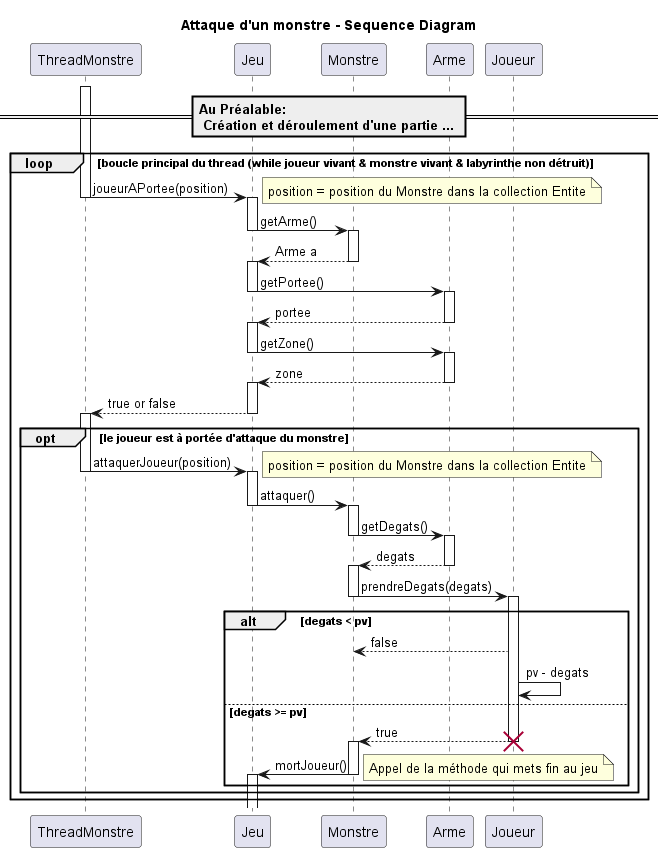
This is documents/sprint_1/diagramme_sequence/diagramme_attaque_monstre.png from rzepka2u/ACL_daedalus, a PlantUML export, as it was before one commit. Its diagram source:
```plantuml
@startuml AttaqueMonstre

title "Attaque d'un monstre - Sequence Diagram"

== Au Préalable:\n Création et déroulement d'une partie ... ==

activate ThreadMonstre
loop boucle principal du thread (while joueur vivant & monstre vivant & labyrinthe non détruit)
    ThreadMonstre -> Jeu : joueurAPortee(position)
    note right: position = position du Monstre dans la collection Entite
    deactivate ThreadMonstre
    activate Jeu
    Jeu -> Monstre : getArme()
    deactivate Jeu
    activate Monstre
    Jeu <-- Monstre: Arme a
    deactivate Monstre
    activate Jeu
    Jeu -> Arme : getPortee()
    deactivate Jeu
    activate Arme
    Arme --> Jeu : portee
    deactivate Arme
    activate Jeu
    Jeu -> Arme : getZone()
    deactivate Jeu
    activate Arme
    Arme --> Jeu : zone
    deactivate Arme
    activate Jeu
    ThreadMonstre <-- Jeu : true or false
    deactivate Jeu
    activate ThreadMonstre
    opt le joueur est à portée d'attaque du monstre
        ThreadMonstre -> Jeu: attaquerJoueur(position)
        note right: position = position du Monstre dans la collection Entite
        deactivate ThreadMonstre
        activate Jeu
        Jeu -> Monstre : attaquer()
        deactivate Jeu
        activate Monstre
        Monstre -> Arme : getDegats()
        deactivate Monstre
        activate Arme
        Arme --> Monstre : degats
        deactivate Arme
        activate Monstre
        Monstre -> Joueur : prendreDegats(degats)
        deactivate Monstre
        activate Joueur
        alt degats < pv
            Joueur --> Monstre : false
            Joueur -> Joueur : pv - degats
        else degats >= pv
            Joueur --> Monstre : true
            deactivate Joueur
            destroy Joueur
            activate Monstre
            Monstre -> Jeu : mortJoueur()
            deactivate Monstre
            activate Jeu
            deactivate Jeu
            note right: Appel de la méthode qui mets fin au jeu
        end
    end
end
@enduml
```
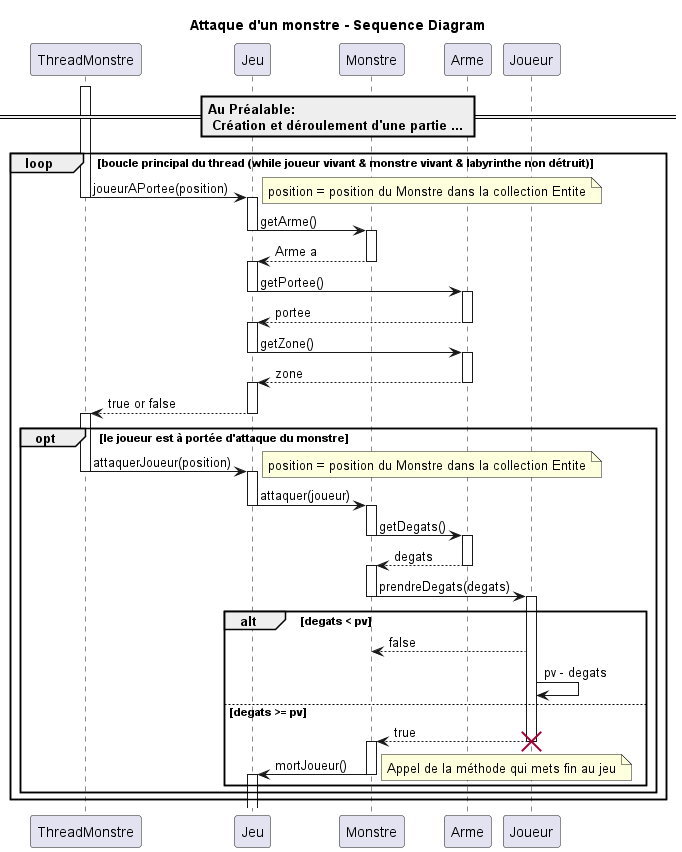
The same diagram one commit later.

Commit message:
Mise à jour diagramme de classe

Diff of the diagram source:
```diff
@@ -36,7 +36,7 @@
         note right: position = position du Monstre dans la collection Entite
         deactivate ThreadMonstre
         activate Jeu
-        Jeu -> Monstre : attaquer()
+        Jeu -> Monstre : attaquer(joueur)
         deactivate Jeu
         activate Monstre
         Monstre -> Arme : getDegats()
```
